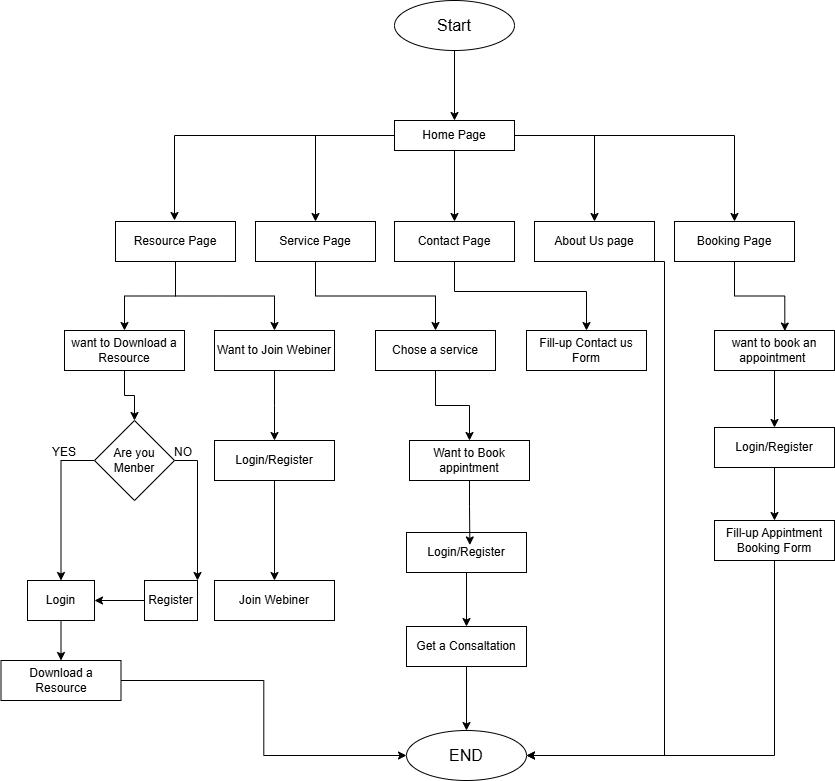
Before: User Flow Diagram for Website.png, a diagram exported from draw.io (FabrizioMorales/Final-Project). Source tidied: cells renumbered, new cells last; positions are measured from the earlier drawing's top-left corner, leaving out a move shared by most shapes.
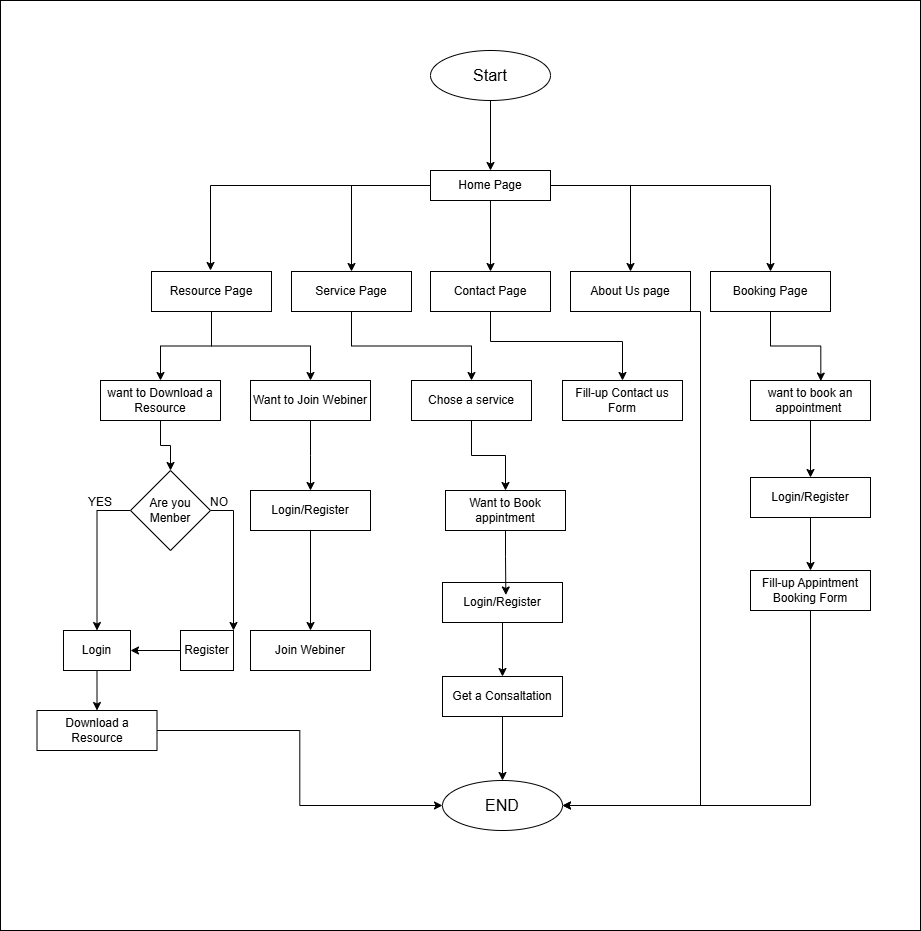
The same file after the commit.

Commit message:
Use Case Diagram

Diff of the diagram source:
```diff
@@ -2,6 +2,9 @@
   <root>
     <mxCell id="0" />
     <mxCell id="1" parent="0" />
+    <mxCell id="55" style="rounded=0;whiteSpace=wrap;html=1;" parent="1" vertex="1">
+      <mxGeometry x="-36" y="-50" width="920" height="930" as="geometry" />
+    </mxCell>
     <mxCell id="2" style="edgeStyle=orthogonalEdgeStyle;rounded=0;jettySize=auto;html=1;exitX=0.5;exitY=1;exitDx=0;exitDy=0;entryX=0.5;entryY=0;entryDx=0;entryDy=0;" parent="1" edge="1" source="3" target="9">
       <mxGeometry relative="1" as="geometry" />
     </mxCell>
```
